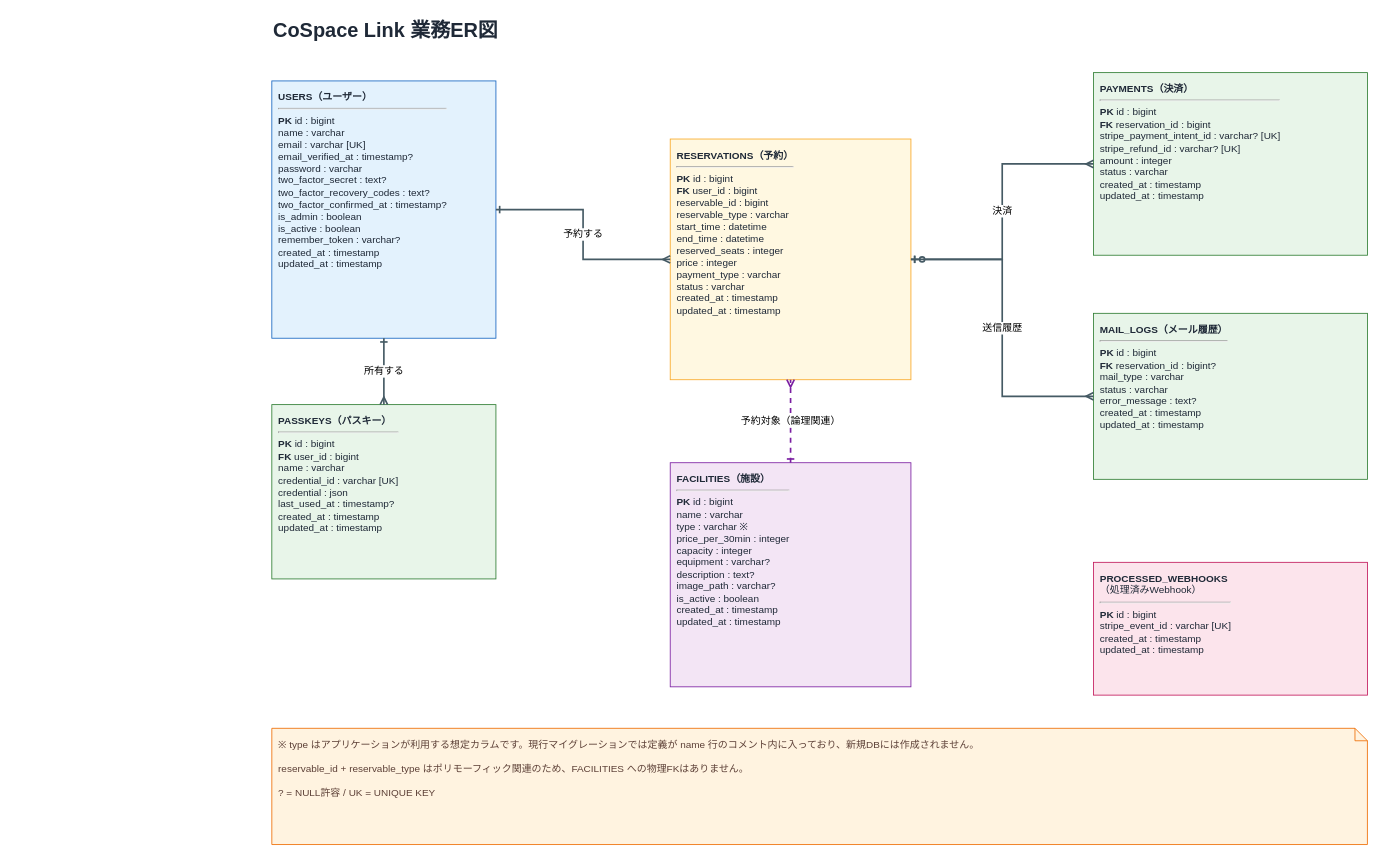
The draw.io diagram page "業務ER図" (1 of 2) of docs/ER図.drawio in toomochin/cospace-link, before the edit. Source tidied: cells renumbered, new cells numbered last; positions are measured from the earlier drawing's top-left corner, leaving out a move shared by most shapes. Both pictures are drawn from the tidied source at 83%, with x=0, y=0 at pixel (271, 14).
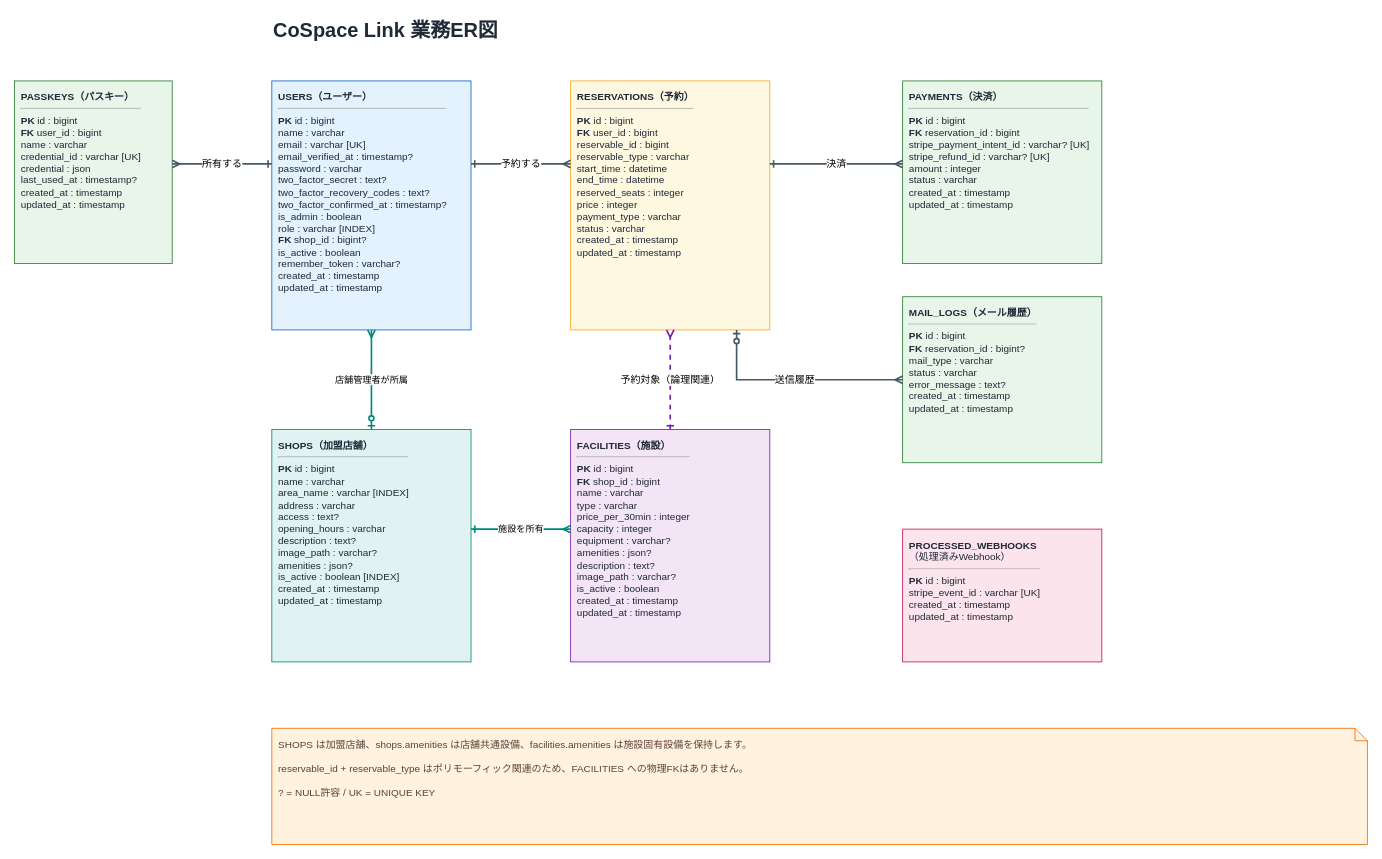
Above is the later version.

Change to the diagram source:
```diff
@@
-    <mxCell id="3" value="&lt;b&gt;USERS（ユーザー）&lt;/b&gt;&lt;hr&gt;&lt;b&gt;PK&lt;/b&gt; id : bigint&lt;br&gt;name : varchar&lt;br&gt;email : varchar [UK]&lt;br&gt;email_verified_at : timestamp?&lt;br&gt;password : varchar&lt;br&gt;two_factor_secret : text?&lt;br&gt;two_factor_recovery_codes : text?&lt;br&gt;two_factor_confirmed_at : timestamp?&lt;br&gt;is_admin : boolean&lt;br&gt;is_active : boolean&lt;br&gt;remember_token : varchar?&lt;br&gt;created_at : timestamp&lt;br&gt;updated_at : timestamp" style="rounded=0;whiteSpace=wrap;html=1;align=left;verticalAlign=top;spacing=8;fillColor=#E3F2FD;strokeColor=#1565C0;fontColor=#1F2937;fontSize=12;" parent="1" vertex="1">
-      <mxGeometry y="80" width="270" height="310" as="geometry" />
+    <mxCell id="3" value="&lt;b&gt;USERS（ユーザー）&lt;/b&gt;&lt;hr&gt;&lt;b&gt;PK&lt;/b&gt; id : bigint&lt;br&gt;name : varchar&lt;br&gt;email : varchar [UK]&lt;br&gt;email_verified_at : timestamp?&lt;br&gt;password : varchar&lt;br&gt;two_factor_secret : text?&lt;br&gt;two_factor_recovery_codes : text?&lt;br&gt;two_factor_confirmed_at : timestamp?&lt;br&gt;is_admin : boolean&lt;br&gt;role : varchar [INDEX]&lt;br&gt;&lt;b&gt;FK&lt;/b&gt; shop_id : bigint?&lt;br&gt;is_active : boolean&lt;br&gt;remember_token : varchar?&lt;br&gt;created_at : timestamp&lt;br&gt;updated_at : timestamp" style="rounded=0;whiteSpace=wrap;html=1;align=left;verticalAlign=top;spacing=8;fillColor=#E3F2FD;strokeColor=#1565C0;fontColor=#1F2937;fontSize=12;" parent="1" vertex="1">
+      <mxGeometry y="80" width="240" height="300" as="geometry" />
     </mxCell>
     <mxCell id="4" value="&lt;b&gt;PASSKEYS（パスキー）&lt;/b&gt;&lt;hr&gt;&lt;b&gt;PK&lt;/b&gt; id : bigint&lt;br&gt;&lt;b&gt;FK&lt;/b&gt; user_id : bigint&lt;br&gt;name : varchar&lt;br&gt;credential_id : varchar [UK]&lt;br&gt;credential : json&lt;br&gt;last_used_at : timestamp?&lt;br&gt;created_at : timestamp&lt;br&gt;updated_at : timestamp" style="rounded=0;whiteSpace=wrap;html=1;align=left;verticalAlign=top;spacing=8;fillColor=#E8F5E9;strokeColor=#2E7D32;fontColor=#1F2937;fontSize=12;" parent="1" vertex="1">
-      <mxGeometry y="470" width="270" height="210" as="geometry" />
+      <mxGeometry x="-310" y="80" width="190" height="220" as="geometry" />
     </mxCell>
     <mxCell id="5" value="&lt;b&gt;RESERVATIONS（予約）&lt;/b&gt;&lt;hr&gt;&lt;b&gt;PK&lt;/b&gt; id : bigint&lt;br&gt;&lt;b&gt;FK&lt;/b&gt; user_id : bigint&lt;br&gt;reservable_id : bigint&lt;br&gt;reservable_type : varchar&lt;br&gt;start_time : datetime&lt;br&gt;end_time : datetime&lt;br&gt;reserved_seats : integer&lt;br&gt;price : integer&lt;br&gt;payment_type : varchar&lt;br&gt;status : varchar&lt;br&gt;created_at : timestamp&lt;br&gt;updated_at : timestamp" style="rounded=0;whiteSpace=wrap;html=1;align=left;verticalAlign=top;spacing=8;fillColor=#FFF8E1;strokeColor=#F9A825;fontColor=#1F2937;fontSize=12;" parent="1" vertex="1">
-      <mxGeometry x="480" y="150" width="290" height="290" as="geometry" />
+      <mxGeometry x="360" y="80" width="240" height="300" as="geometry" />
     </mxCell>
+    <mxCell id="16" value="&lt;b&gt;SHOPS（加盟店舗）&lt;/b&gt;&lt;hr&gt;&lt;b&gt;PK&lt;/b&gt; id : bigint&lt;br&gt;name : varchar&lt;br&gt;area_name : varchar [INDEX]&lt;br&gt;address : varchar&lt;br&gt;access : text?&lt;br&gt;opening_hours : varchar&lt;br&gt;description : text?&lt;br&gt;image_path : varchar?&lt;br&gt;amenities : json?&lt;br&gt;is_active : boolean [INDEX]&lt;br&gt;created_at : timestamp&lt;br&gt;updated_at : timestamp" style="rounded=0;whiteSpace=wrap;html=1;align=left;verticalAlign=top;spacing=8;fillColor=#E0F2F1;strokeColor=#00897B;fontColor=#1F2937;fontSize=12;" parent="1" vertex="1">
+      <mxGeometry y="500" width="240" height="280" as="geometry" />
+    </mxCell>
-    <mxCell id="6" value="&lt;b&gt;FACILITIES（施設）&lt;/b&gt;&lt;hr&gt;&lt;b&gt;PK&lt;/b&gt; id : bigint&lt;br&gt;name : varchar&lt;br&gt;type : varchar ※&lt;br&gt;price_per_30min : integer&lt;br&gt;capacity : integer&lt;br&gt;equipment : varchar?&lt;br&gt;description : text?&lt;br&gt;image_path : varchar?&lt;br&gt;is_active : boolean&lt;br&gt;created_at : timestamp&lt;br&gt;updated_at : timestamp" style="rounded=0;whiteSpace=wrap;html=1;align=left;verticalAlign=top;spacing=8;fillColor=#F3E5F5;strokeColor=#7B1FA2;fontColor=#1F2937;fontSize=12;" parent="1" vertex="1">
-      <mxGeometry x="480" y="540" width="290" height="270" as="geometry" />
+    <mxCell id="6" value="&lt;b&gt;FACILITIES（施設）&lt;/b&gt;&lt;hr&gt;&lt;b&gt;PK&lt;/b&gt; id : bigint&lt;br&gt;&lt;b&gt;FK&lt;/b&gt; shop_id : bigint&lt;br&gt;name : varchar&lt;br&gt;type : varchar&lt;br&gt;price_per_30min : integer&lt;br&gt;capacity : integer&lt;br&gt;equipment : varchar?&lt;br&gt;amenities : json?&lt;br&gt;description : text?&lt;br&gt;image_path : varchar?&lt;br&gt;is_active : boolean&lt;br&gt;created_at : timestamp&lt;br&gt;updated_at : timestamp" style="rounded=0;whiteSpace=wrap;html=1;align=left;verticalAlign=top;spacing=8;fillColor=#F3E5F5;strokeColor=#7B1FA2;fontColor=#1F2937;fontSize=12;" parent="1" vertex="1">
+      <mxGeometry x="360" y="500" width="240" height="280" as="geometry" />
     </mxCell>
     <mxCell id="7" value="&lt;b&gt;PAYMENTS（決済）&lt;/b&gt;&lt;hr&gt;&lt;b&gt;PK&lt;/b&gt; id : bigint&lt;br&gt;&lt;b&gt;FK&lt;/b&gt; reservation_id : bigint&lt;br&gt;stripe_payment_intent_id : varchar? [UK]&lt;br&gt;stripe_refund_id : varchar? [UK]&lt;br&gt;amount : integer&lt;br&gt;status : varchar&lt;br&gt;created_at : timestamp&lt;br&gt;updated_at : timestamp" style="rounded=0;whiteSpace=wrap;html=1;align=left;verticalAlign=top;spacing=8;fillColor=#E8F5E9;strokeColor=#2E7D32;fontColor=#1F2937;fontSize=12;" parent="1" vertex="1">
-      <mxGeometry x="990" y="70" width="330" height="220" as="geometry" />
+      <mxGeometry x="760" y="80" width="240" height="220" as="geometry" />
     </mxCell>
     <mxCell id="8" value="&lt;b&gt;MAIL_LOGS（メール履歴）&lt;/b&gt;&lt;hr&gt;&lt;b&gt;PK&lt;/b&gt; id : bigint&lt;br&gt;&lt;b&gt;FK&lt;/b&gt; reservation_id : bigint?&lt;br&gt;mail_type : varchar&lt;br&gt;status : varchar&lt;br&gt;error_message : text?&lt;br&gt;created_at : timestamp&lt;br&gt;updated_at : timestamp" style="rounded=0;whiteSpace=wrap;html=1;align=left;verticalAlign=top;spacing=8;fillColor=#E8F5E9;strokeColor=#2E7D32;fontColor=#1F2937;fontSize=12;" parent="1" vertex="1">
-      <mxGeometry x="990" y="360" width="330" height="200" as="geometry" />
+      <mxGeometry x="760" y="340" width="240" height="200" as="geometry" />
     </mxCell>
     <mxCell id="9" value="&lt;b&gt;PROCESSED_WEBHOOKS&lt;/b&gt;&lt;br&gt;（処理済みWebhook）&lt;hr&gt;&lt;b&gt;PK&lt;/b&gt; id : bigint&lt;br&gt;stripe_event_id : varchar [UK]&lt;br&gt;created_at : timestamp&lt;br&gt;updated_at : timestamp" style="rounded=0;whiteSpace=wrap;html=1;align=left;verticalAlign=top;spacing=8;fillColor=#FCE4EC;strokeColor=#C2185B;fontColor=#1F2937;fontSize=12;" parent="1" vertex="1">
-      <mxGeometry x="990" y="660" width="330" height="160" as="geometry" />
+      <mxGeometry x="760" y="620" width="240" height="160" as="geometry" />
     </mxCell>
-    <mxCell id="10" value="※ type はアプリケーションが利用する想定カラムです。現行マイグレーションでは定義が name 行のコメント内に入っており、新規DBには作成されません。&lt;br&gt;&lt;br&gt;reservable_id + reservable_type はポリモーフィック関連のため、FACILITIES への物理FKはありません。&lt;br&gt;&lt;br&gt;? = NULL許容 / UK = UNIQUE KEY" style="shape=note;whiteSpace=wrap;html=1;backgroundOutline=1;size=15;align=left;verticalAlign=top;spacing=8;fillColor=#FFF3E0;strokeColor=#EF6C00;fontColor=#5D4037;fontSize=12;" parent="1" vertex="1">
+    <mxCell id="10" value="SHOPS は加盟店舗、shops.amenities は店舗共通設備、facilities.amenities は施設固有設備を保持します。&lt;br&gt;&lt;br&gt;reservable_id + reservable_type はポリモーフィック関連のため、FACILITIES への物理FKはありません。&lt;br&gt;&lt;br&gt;? = NULL許容 / UK = UNIQUE KEY" style="shape=note;whiteSpace=wrap;html=1;backgroundOutline=1;size=15;align=left;verticalAlign=top;spacing=8;fillColor=#FFF3E0;strokeColor=#EF6C00;fontColor=#5D4037;fontSize=12;" parent="1" vertex="1">
       <mxGeometry y="860" width="1320" height="140" as="geometry" />
     </mxCell>
     <mxCell id="11" value="予約する" style="edgeStyle=orthogonalEdgeStyle;rounded=0;jettySize=auto;html=1;startArrow=ERone;startFill=0;endArrow=ERmany;endFill=0;strokeWidth=2;strokeColor=#455A64;fontSize=12;" parent="1" edge="1" source="3" target="5">
-      <mxGeometry relative="1" as="geometry" />
+      <mxGeometry relative="1" as="geometry">
+        <Array as="points">
+          <mxPoint x="300" y="180" />
+          <mxPoint x="300" y="180" />
+        </Array>
+      </mxGeometry>
     </mxCell>
     <mxCell id="12" value="所有する" style="edgeStyle=orthogonalEdgeStyle;rounded=0;jettySize=auto;html=1;startArrow=ERone;startFill=0;endArrow=ERmany;endFill=0;strokeWidth=2;strokeColor=#455A64;fontSize=12;" parent="1" edge="1" source="3" target="4">
-      <mxGeometry relative="1" as="geometry" />
+      <mxGeometry relative="1" as="geometry">
+        <Array as="points">
+          <mxPoint x="-100" y="180" />
+          <mxPoint x="-100" y="180" />
+        </Array>
+      </mxGeometry>
     </mxCell>
@@
     <mxCell id="14" value="決済" style="edgeStyle=orthogonalEdgeStyle;rounded=0;jettySize=auto;html=1;startArrow=ERone;startFill=0;endArrow=ERmany;endFill=0;strokeWidth=2;strokeColor=#455A64;fontSize=12;" parent="1" edge="1" source="5" target="7">
-      <mxGeometry relative="1" as="geometry" />
+      <mxGeometry relative="1" as="geometry">
+        <Array as="points">
+          <mxPoint x="680" y="180" />
+          <mxPoint x="680" y="180" />
+        </Array>
+      </mxGeometry>
     </mxCell>
     <mxCell id="15" value="送信履歴" style="edgeStyle=orthogonalEdgeStyle;rounded=0;jettySize=auto;html=1;startArrow=ERzeroToOne;startFill=0;endArrow=ERmany;endFill=0;strokeWidth=2;strokeColor=#455A64;fontSize=12;" parent="1" edge="1" source="5" target="8">
-      <mxGeometry relative="1" as="geometry" />
+      <mxGeometry relative="1" as="geometry">
+        <Array as="points">
+          <mxPoint x="560" y="440" />
+        </Array>
+      </mxGeometry>
     </mxCell>
+    <mxCell id="17" value="施設を所有" style="edgeStyle=orthogonalEdgeStyle;rounded=0;html=1;startArrow=ERone;startFill=0;endArrow=ERmany;endFill=0;strokeWidth=2;strokeColor=#00897B;" parent="1" edge="1" source="16" target="6">
+      <mxGeometry relative="1" as="geometry">
+        <Array as="points">
+          <mxPoint x="300" y="620" />
+          <mxPoint x="300" y="620" />
+        </Array>
+      </mxGeometry>
+    </mxCell>
+    <mxCell id="18" value="店舗管理者が所属" style="edgeStyle=orthogonalEdgeStyle;rounded=0;html=1;startArrow=ERzeroToOne;startFill=0;endArrow=ERmany;endFill=0;strokeWidth=2;strokeColor=#00897B;" parent="1" edge="1" source="16" target="3">
+      <mxGeometry relative="1" as="geometry">
+        <Array as="points">
+          <mxPoint x="135" y="500" />
+          <mxPoint x="135" y="500" />
+        </Array>
+      </mxGeometry>
+    </mxCell>
```
